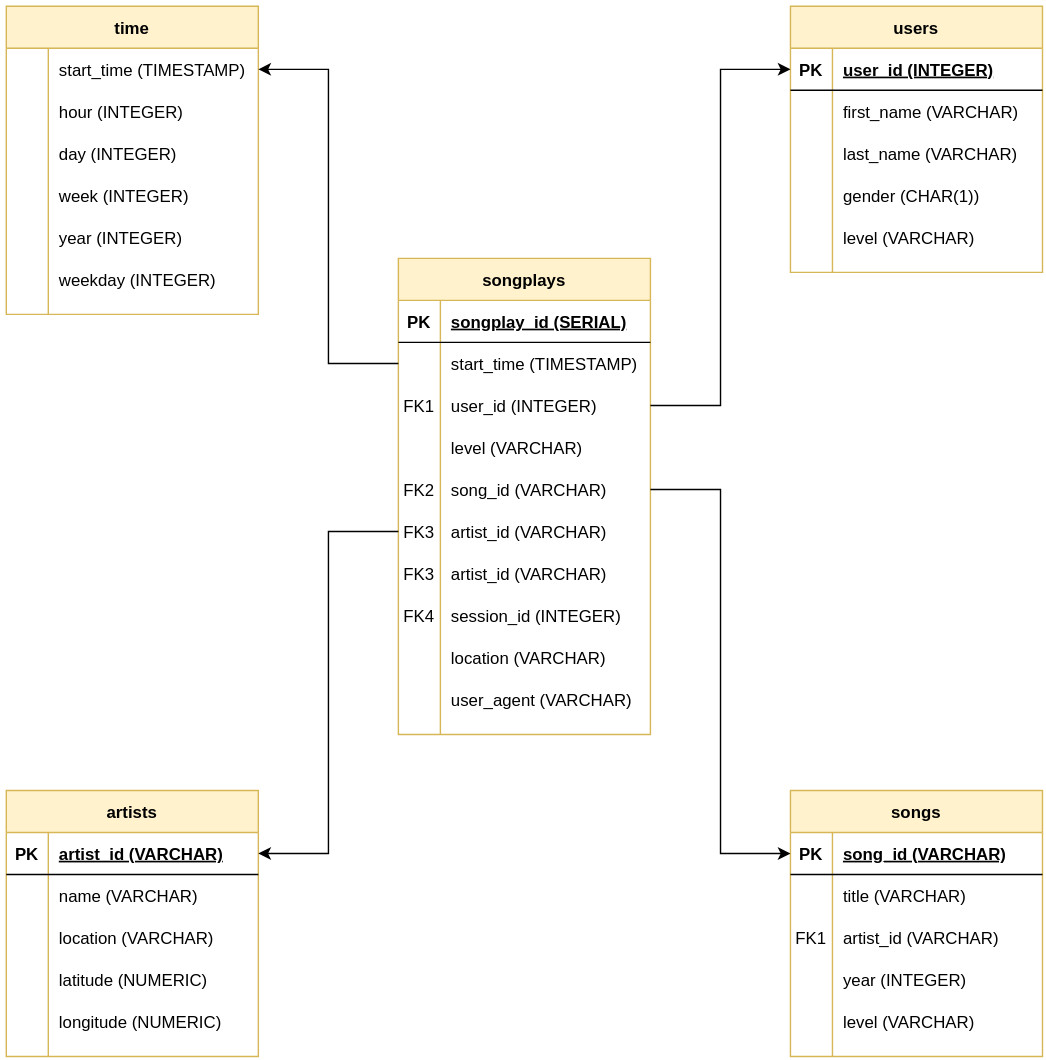
Before: static/postgres_schema.svg, a diagram exported from draw.io (nialloriordan/postgres-data-modelling). Source tidied: cells renumbered, new cells last; positions are measured from the earlier drawing's top-left corner, leaving out a move shared by most shapes.
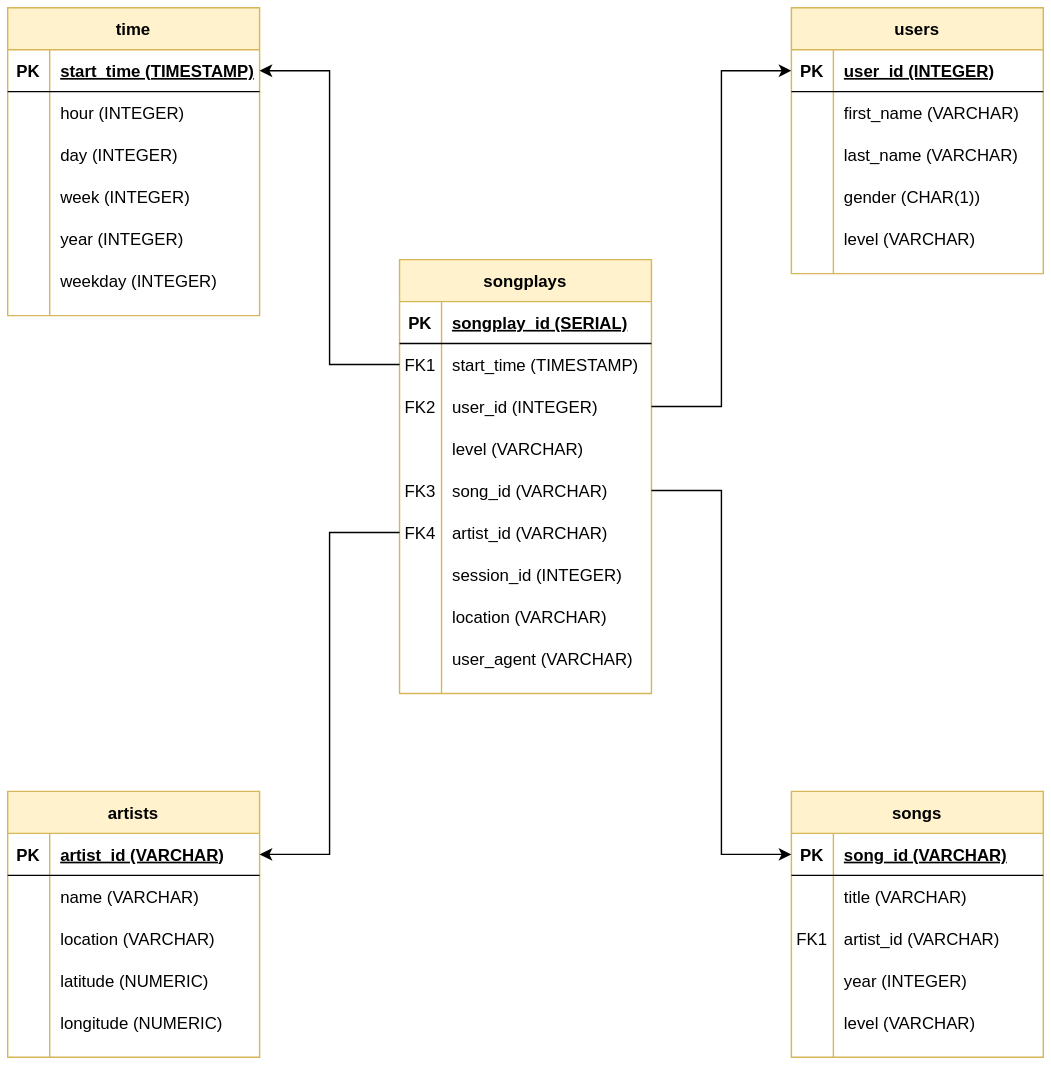
After the change.

Commit message:
speicfy start time as primary key for time table

Change to the diagram source:
```diff
@@ -3,7 +3,7 @@
     <mxCell id="0" />
     <mxCell id="1" parent="0" />
     <mxCell id="2" value="songplays" style="shape=table;startSize=30;rowLines=0;fontStyle=1;align=center;fillColor=#fff2cc;strokeColor=#d6b656;" parent="1" vertex="1">
-      <mxGeometry x="280" y="180" width="180" height="340" as="geometry" />
+      <mxGeometry x="280" y="180" width="180" height="310" as="geometry" />
     </mxCell>
     <mxCell id="3" style="shape=partialRectangle;fillColor=none;top=0;left=0;bottom=1;right=0;" parent="2" vertex="1">
       <mxGeometry y="30" width="180" height="30" as="geometry" />
@@ -17,7 +17,7 @@
     <mxCell id="6" style="shape=partialRectangle;fillColor=none;top=0;left=0;bottom=0;right=0;points=[[0,0.5],[1,0.5]];portConstraint=eastwest;" parent="2" vertex="1">
       <mxGeometry y="60" width="180" height="30" as="geometry" />
     </mxCell>
-    <mxCell id="7" style="shape=partialRectangle;fillColor=none;top=0;left=0;bottom=0;right=0;overflow=hidden;" parent="6" vertex="1">
+    <mxCell id="7" value="FK1" style="shape=partialRectangle;fillColor=none;top=0;left=0;bottom=0;right=0;overflow=hidden;" parent="6" vertex="1">
       <mxGeometry width="30" height="30" as="geometry" />
     </mxCell>
     <mxCell id="8" value="start_time (TIMESTAMP)" style="shape=partialRectangle;fillColor=none;top=0;left=0;bottom=0;right=0;align=left;spacingLeft=6;overflow=hidden;" parent="6" vertex="1">
@@ -26,7 +26,7 @@
     <mxCell id="9" style="shape=partialRectangle;fillColor=none;top=0;left=0;bottom=0;right=0;points=[[0,0.5],[1,0.5]];portConstraint=eastwest;" parent="2" vertex="1">
       <mxGeometry y="90" width="180" height="30" as="geometry" />
     </mxCell>
-    <mxCell id="10" value="FK1" style="shape=partialRectangle;fillColor=none;top=0;left=0;bottom=0;right=0;overflow=hidden;" parent="9" vertex="1">
+    <mxCell id="10" value="FK2" style="shape=partialRectangle;fillColor=none;top=0;left=0;bottom=0;right=0;overflow=hidden;" parent="9" vertex="1">
       <mxGeometry width="30" height="30" as="geometry" />
     </mxCell>
     <mxCell id="11" value="user_id (INTEGER)" style="shape=partialRectangle;fillColor=none;top=0;left=0;bottom=0;right=0;align=left;spacingLeft=6;overflow=hidden;" parent="9" vertex="1">
@@ -44,7 +44,7 @@
     <mxCell id="15" style="shape=partialRectangle;fillColor=none;top=0;left=0;bottom=0;right=0;points=[[0,0.5],[1,0.5]];portConstraint=eastwest;" parent="2" vertex="1">
       <mxGeometry y="150" width="180" height="30" as="geometry" />
     </mxCell>
-    <mxCell id="16" value="FK2" style="shape=partialRectangle;fillColor=none;top=0;left=0;bottom=0;right=0;overflow=hidden;" parent="15" vertex="1">
+    <mxCell id="16" value="FK3" style="shape=partialRectangle;fillColor=none;top=0;left=0;bottom=0;right=0;overflow=hidden;" parent="15" vertex="1">
       <mxGeometry width="30" height="30" as="geometry" />
     </mxCell>
     <mxCell id="17" value="song_id (VARCHAR)" style="shape=partialRectangle;fillColor=none;top=0;left=0;bottom=0;right=0;align=left;spacingLeft=6;overflow=hidden;" parent="15" vertex="1">
@@ -53,32 +53,23 @@
     <mxCell id="18" style="shape=partialRectangle;fillColor=none;top=0;left=0;bottom=0;right=0;points=[[0,0.5],[1,0.5]];portConstraint=eastwest;" parent="2" vertex="1">
       <mxGeometry y="180" width="180" height="30" as="geometry" />
     </mxCell>
-    <mxCell id="19" value="FK3" style="shape=partialRectangle;fillColor=none;top=0;left=0;bottom=0;right=0;overflow=hidden;" parent="18" vertex="1">
+    <mxCell id="19" value="FK4" style="shape=partialRectangle;fillColor=none;top=0;left=0;bottom=0;right=0;overflow=hidden;" parent="18" vertex="1">
       <mxGeometry width="30" height="30" as="geometry" />
     </mxCell>
     <mxCell id="20" value="artist_id (VARCHAR)" style="shape=partialRectangle;fillColor=none;top=0;left=0;bottom=0;right=0;align=left;spacingLeft=6;overflow=hidden;" parent="18" vertex="1">
       <mxGeometry x="30" width="150" height="30" as="geometry" />
     </mxCell>
-    <mxCell id="21" style="shape=partialRectangle;fillColor=none;top=0;left=0;bottom=0;right=0;" parent="2" vertex="1">
-      <mxGeometry y="210" width="180" height="30" as="geometry" />
-    </mxCell>
-    <mxCell id="22" value="FK3" style="shape=partialRectangle;fillColor=none;top=0;left=0;bottom=0;right=0;overflow=hidden;" parent="21" vertex="1">
-      <mxGeometry width="30" height="30" as="geometry" />
-    </mxCell>
-    <mxCell id="23" value="artist_id (VARCHAR)" style="shape=partialRectangle;fillColor=none;top=0;left=0;bottom=0;right=0;align=left;spacingLeft=6;overflow=hidden;" parent="21" vertex="1">
-      <mxGeometry x="30" width="150" height="30" as="geometry" />
-    </mxCell>
     <mxCell id="24" style="shape=partialRectangle;fillColor=none;top=0;left=0;bottom=0;right=0;" parent="2" vertex="1">
-      <mxGeometry y="240" width="180" height="30" as="geometry" />
+      <mxGeometry y="210" width="180" height="30" as="geometry" />
     </mxCell>
-    <mxCell id="25" value="FK4" style="shape=partialRectangle;fillColor=none;top=0;left=0;bottom=0;right=0;overflow=hidden;" parent="24" vertex="1">
+    <mxCell id="25" style="shape=partialRectangle;fillColor=none;top=0;left=0;bottom=0;right=0;overflow=hidden;" parent="24" vertex="1">
       <mxGeometry width="30" height="30" as="geometry" />
     </mxCell>
     <mxCell id="26" value="session_id (INTEGER)" style="shape=partialRectangle;fillColor=none;top=0;left=0;bottom=0;right=0;align=left;spacingLeft=6;overflow=hidden;" parent="24" vertex="1">
       <mxGeometry x="30" width="150" height="30" as="geometry" />
     </mxCell>
     <mxCell id="27" style="shape=partialRectangle;fillColor=none;top=0;left=0;bottom=0;right=0;" parent="2" vertex="1">
-      <mxGeometry y="270" width="180" height="30" as="geometry" />
+      <mxGeometry y="240" width="180" height="30" as="geometry" />
     </mxCell>
     <mxCell id="28" style="shape=partialRectangle;fillColor=none;top=0;left=0;bottom=0;right=0;overflow=hidden;" parent="27" vertex="1">
       <mxGeometry width="30" height="30" as="geometry" />
@@ -87,7 +78,7 @@
       <mxGeometry x="30" width="150" height="30" as="geometry" />
     </mxCell>
     <mxCell id="30" style="shape=partialRectangle;fillColor=none;top=0;left=0;bottom=0;right=0;" parent="2" vertex="1">
-      <mxGeometry y="300" width="180" height="30" as="geometry" />
+      <mxGeometry y="270" width="180" height="30" as="geometry" />
     </mxCell>
     <mxCell id="31" style="shape=partialRectangle;fillColor=none;top=0;left=0;bottom=0;right=0;overflow=hidden;" parent="30" vertex="1">
       <mxGeometry width="30" height="30" as="geometry" />
@@ -248,7 +239,7 @@
     <mxCell id="83" style="shape=partialRectangle;fillColor=none;top=0;left=0;bottom=0;right=0;overflow=hidden;" parent="82" vertex="1">
       <mxGeometry width="30" height="30" as="geometry" />
     </mxCell>
-    <mxCell id="84" value="start_time (TIMESTAMP)" style="shape=partialRectangle;fillColor=none;top=0;left=0;bottom=0;right=0;align=left;spacingLeft=6;overflow=hidden;" parent="82" vertex="1">
+    <mxCell id="84" style="shape=partialRectangle;fillColor=none;top=0;left=0;bottom=0;right=0;align=left;spacingLeft=6;overflow=hidden;" parent="82" vertex="1">
       <mxGeometry x="30" width="150" height="30" as="geometry" />
     </mxCell>
     <mxCell id="85" style="shape=partialRectangle;fillColor=none;top=0;left=0;bottom=0;right=0;" parent="81" vertex="1">
@@ -308,5 +299,14 @@
     <mxCell id="103" style="edgeStyle=orthogonalEdgeStyle;rounded=0;jettySize=auto;html=1;" parent="1" edge="1" source="15" target="50">
       <mxGeometry relative="1" as="geometry" />
     </mxCell>
+    <mxCell id="104" style="shape=partialRectangle;fillColor=none;top=0;left=0;bottom=1;right=0;" parent="1" vertex="1">
+      <mxGeometry y="30" width="180" height="30" as="geometry" />
+    </mxCell>
+    <mxCell id="105" value="PK" style="shape=partialRectangle;fillColor=none;top=0;left=0;bottom=0;right=0;fontStyle=1;overflow=hidden;" parent="104" vertex="1">
+      <mxGeometry width="30" height="30" as="geometry" />
+    </mxCell>
+    <mxCell id="106" value="start_time (TIMESTAMP)" style="shape=partialRectangle;fillColor=none;top=0;left=0;bottom=0;right=0;align=left;spacingLeft=6;fontStyle=5;overflow=hidden;" parent="104" vertex="1">
+      <mxGeometry x="30" width="150" height="30" as="geometry" />
+    </mxCell>
   </root>
 </mxGraphModel>
```
